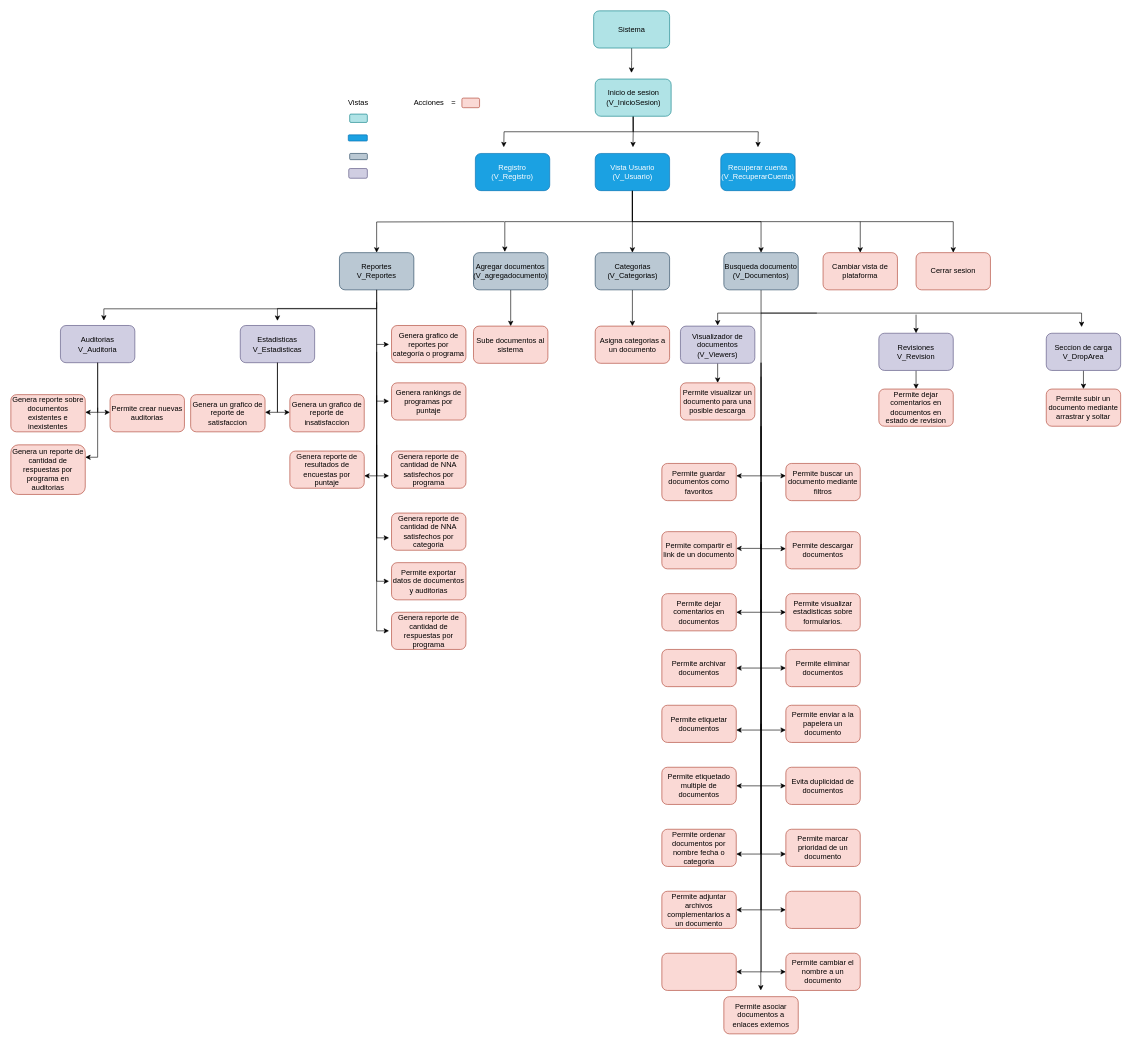
Shizars/Proyecto-ing-soft-1-y-2 keeps this draw.io diagram as INCREMENTO 2/Arbol de navegacion.drawio. Above is the earlier version. Source tidied: cells renumbered, new cells numbered last; positions are measured from the earlier drawing's top-left corner, leaving out a move shared by most shapes. Both pictures are drawn from the tidied source at 62%, with x=0, y=0 at pixel (11, 11).
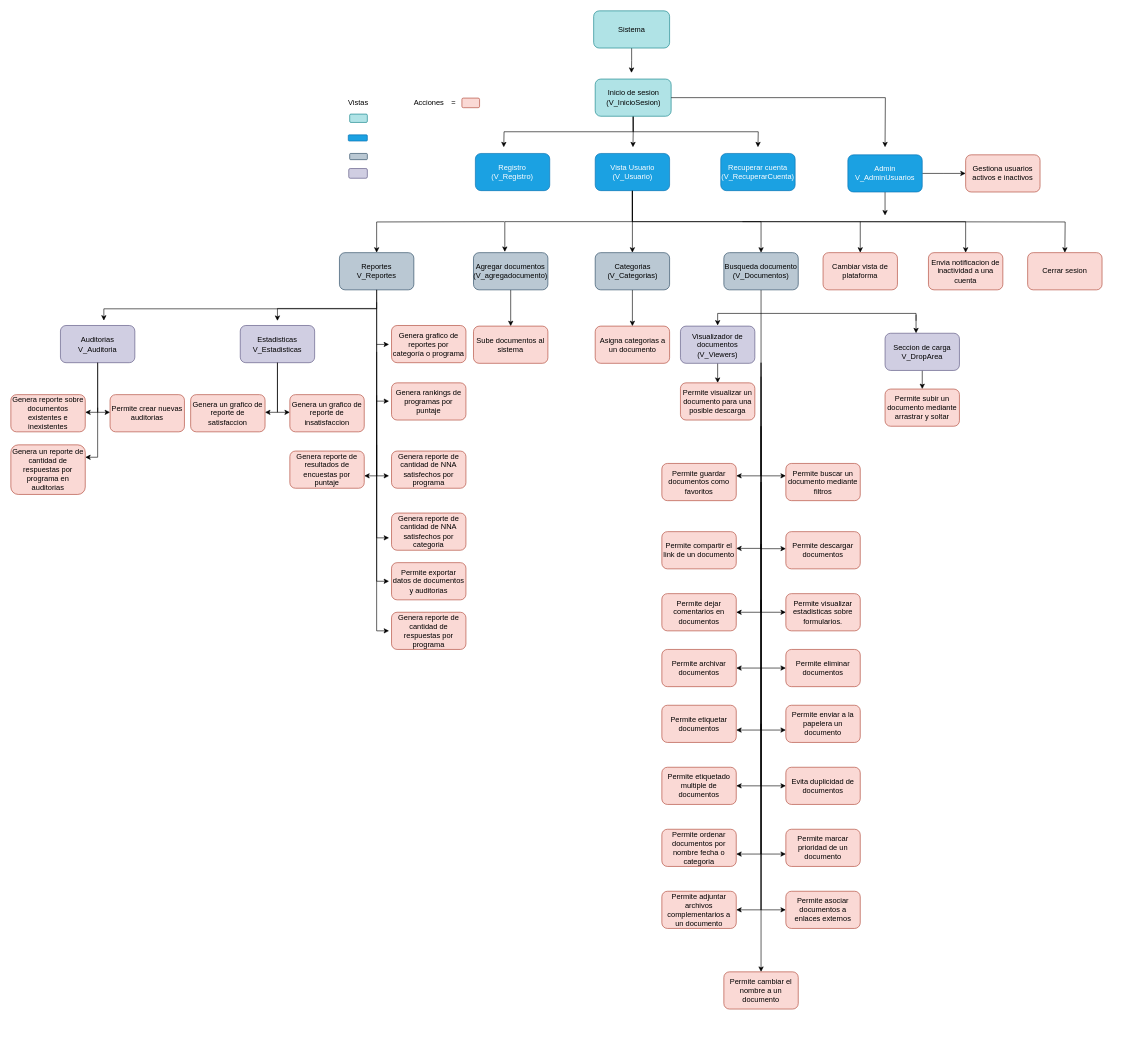
The same diagram, later.

Commit message:
Arbol de Navegacion

Cambios: Vista admin, reporte, auditoria, estadisticas y drop area con sus funciones, vista de documentos fue actualizada con sus funciones

Unchanged cells that the change refers to:
```xml
<mxCell id="5" value="Inicio de sesion (V_InicioSesion)" style="rounded=1;whiteSpace=wrap;html=1;fillColor=#b0e3e6;strokeColor=#0e8088;" parent="1" vertex="1">
  <mxGeometry x="942.5" y="110" width="122.5" height="60" as="geometry" />
</mxCell>
```

Diff of the diagram source:
```diff
@@
-    <mxCell id="19" value="Cerrar sesion" style="rounded=1;whiteSpace=wrap;html=1;fillColor=#fad9d5;strokeColor=#ae4132;" parent="1" vertex="1">
-      <mxGeometry x="1460" y="390" width="120" height="60" as="geometry" />
+    <mxCell id="19" value="Envia notificacion de inactividad a una cuenta" style="rounded=1;whiteSpace=wrap;html=1;fillColor=#fad9d5;strokeColor=#ae4132;" parent="1" vertex="1">
+      <mxGeometry x="1480" y="390" width="120" height="60" as="geometry" />
     </mxCell>
@@
-    <mxCell id="88" style="edgeStyle=orthogonalEdgeStyle;rounded=0;jettySize=auto;html=1;exitX=0.5;exitY=1;exitDx=0;exitDy=0;entryX=0.5;entryY=0;entryDx=0;entryDy=0;" parent="1" edge="1" source="89" target="94">
-      <mxGeometry relative="1" as="geometry" />
-    </mxCell>
-    <mxCell id="89" value="Revisiones&lt;div&gt;V_Revision&lt;/div&gt;" style="rounded=1;whiteSpace=wrap;html=1;fillColor=#d0cee2;strokeColor=#56517e;" parent="1" vertex="1">
-      <mxGeometry x="1400" y="520" width="120" height="60" as="geometry" />
-    </mxCell>
-    <mxCell id="90" style="edgeStyle=orthogonalEdgeStyle;rounded=0;orthogonalLoop=1;jettySize=auto;html=1;exitX=0.5;exitY=1;exitDx=0;exitDy=0;" parent="1" edge="1">
-      <mxGeometry relative="1" as="geometry">
-        <mxPoint x="1210" y="487.5" as="sourcePoint" />
-        <mxPoint x="1727" y="510" as="targetPoint" />
-        <Array as="points">
-          <mxPoint x="1727" y="488" />
-        </Array>
-      </mxGeometry>
-    </mxCell>
-    <mxCell id="91" style="edgeStyle=orthogonalEdgeStyle;rounded=0;orthogonalLoop=1;jettySize=auto;html=1;exitX=0.5;exitY=1;exitDx=0;exitDy=0;entryX=0.5;entryY=0;entryDx=0;entryDy=0;" parent="1" edge="1">
+    <mxCell id="91" style="edgeStyle=orthogonalEdgeStyle;rounded=0;orthogonalLoop=1;jettySize=auto;html=1;entryX=0.5;entryY=0;entryDx=0;entryDy=0;" parent="1" edge="1">
       <mxGeometry relative="1" as="geometry">
-        <mxPoint x="1300" y="487.5" as="sourcePoint" />
+        <mxPoint x="1460" y="500" as="sourcePoint" />
         <mxPoint x="1140" y="507.5" as="targetPoint" />
         <Array as="points">
           <mxPoint x="1140" y="488" />
         </Array>
       </mxGeometry>
     </mxCell>
@@
     <mxCell id="93" value="Seccion de carga&lt;div&gt;V_DropArea&lt;/div&gt;" style="rounded=1;whiteSpace=wrap;html=1;fillColor=#d0cee2;strokeColor=#56517e;" parent="1" vertex="1">
-      <mxGeometry x="1670" y="520" width="120" height="60" as="geometry" />
+      <mxGeometry x="1410" y="520" width="120" height="60" as="geometry" />
     </mxCell>
-    <mxCell id="94" value="Permite dejar comentarios en documentos en estado de revision" style="rounded=1;whiteSpace=wrap;html=1;fillColor=#fad9d5;strokeColor=#ae4132;" parent="1" vertex="1">
-      <mxGeometry x="1400" y="610" width="120" height="60" as="geometry" />
-    </mxCell>
@@
     <mxCell id="96" value="Permite subir un documento mediante arrastrar y soltar" style="rounded=1;whiteSpace=wrap;html=1;fillColor=#fad9d5;strokeColor=#ae4132;" parent="1" vertex="1">
-      <mxGeometry x="1670" y="610" width="120" height="60" as="geometry" />
+      <mxGeometry x="1410" y="610" width="120" height="60" as="geometry" />
     </mxCell>
@@
     <mxCell id="108" value="Permite cambiar el nombre a un documento" style="rounded=1;whiteSpace=wrap;html=1;fillColor=#fad9d5;strokeColor=#ae4132;" parent="1" vertex="1">
-      <mxGeometry x="1250" y="1520" width="120" height="60" as="geometry" />
+      <mxGeometry x="1150" y="1550" width="120" height="60" as="geometry" />
     </mxCell>
@@
     <mxCell id="110" value="Permite asociar documentos a enlaces externos" style="rounded=1;whiteSpace=wrap;html=1;fillColor=#fad9d5;strokeColor=#ae4132;" parent="1" vertex="1">
-      <mxGeometry x="1150" y="1590" width="120" height="60" as="geometry" />
+      <mxGeometry x="1250" y="1420" width="120" height="60" as="geometry" />
     </mxCell>
-    <mxCell id="111" style="rounded=1;whiteSpace=wrap;html=1;fillColor=#fad9d5;strokeColor=#ae4132;" parent="1" vertex="1">
-      <mxGeometry x="1250" y="1420" width="120" height="60" as="geometry" />
-    </mxCell>
-    <mxCell id="112" style="rounded=1;whiteSpace=wrap;html=1;fillColor=#fad9d5;strokeColor=#ae4132;" parent="1" vertex="1">
-      <mxGeometry x="1050" y="1520" width="120" height="60" as="geometry" />
-    </mxCell>
     <mxCell id="113" style="edgeStyle=orthogonalEdgeStyle;rounded=0;orthogonalLoop=1;jettySize=auto;html=1;exitX=0.5;exitY=1;exitDx=0;exitDy=0;" parent="1" edge="1">
       <mxGeometry relative="1" as="geometry">
         <mxPoint x="1210" y="1250" as="sourcePoint" />
-        <mxPoint x="1250" y="1550" as="targetPoint" />
+        <mxPoint x="1210" y="1550" as="targetPoint" />
         <Array as="points">
           <mxPoint x="1210" y="1550" />
         </Array>
       </mxGeometry>
     </mxCell>
-    <mxCell id="114" style="edgeStyle=orthogonalEdgeStyle;rounded=0;orthogonalLoop=1;jettySize=auto;html=1;exitX=0.5;exitY=1;exitDx=0;exitDy=0;" parent="1" edge="1">
-      <mxGeometry relative="1" as="geometry">
-        <mxPoint x="1210" y="1250" as="sourcePoint" />
-        <mxPoint x="1170" y="1550" as="targetPoint" />
-        <Array as="points">
-          <mxPoint x="1210" y="1550" />
-        </Array>
-      </mxGeometry>
-    </mxCell>
-    <mxCell id="115" style="endArrow=classic;html=1;rounded=0;" parent="1" edge="1">
-      <mxGeometry relative="1" as="geometry">
-        <mxPoint x="1209.6" y="1550" as="sourcePoint" />
-        <mxPoint x="1209.6" y="1580" as="targetPoint" />
-      </mxGeometry>
-    </mxCell>
+    <mxCell id="116" style="edgeStyle=orthogonalEdgeStyle;rounded=0;orthogonalLoop=1;jettySize=auto;html=1;exitX=0.5;exitY=1;exitDx=0;exitDy=0;" parent="1" edge="1">
+      <mxGeometry relative="1" as="geometry">
+        <mxPoint x="1180" y="340" as="sourcePoint" />
+        <mxPoint x="1700" y="390" as="targetPoint" />
+      </mxGeometry>
+    </mxCell>
+    <mxCell id="117" value="Cerrar sesion" style="rounded=1;whiteSpace=wrap;html=1;fillColor=#fad9d5;strokeColor=#ae4132;" parent="1" vertex="1">
+      <mxGeometry x="1640" y="390" width="120" height="60" as="geometry" />
+    </mxCell>
+    <mxCell id="118" style="edgeStyle=orthogonalEdgeStyle;rounded=0;jettySize=auto;html=1;exitX=1;exitY=0.5;exitDx=0;exitDy=0;" parent="1" edge="1" source="5">
+      <mxGeometry relative="1" as="geometry">
+        <mxPoint x="1410" y="220" as="targetPoint" />
+      </mxGeometry>
+    </mxCell>
+    <mxCell id="119" style="edgeStyle=orthogonalEdgeStyle;rounded=0;jettySize=auto;html=1;" parent="1" edge="1" source="121">
+      <mxGeometry relative="1" as="geometry">
+        <mxPoint x="1540" y="262.2" as="targetPoint" />
+      </mxGeometry>
+    </mxCell>
+    <mxCell id="120" style="edgeStyle=orthogonalEdgeStyle;rounded=0;jettySize=auto;html=1;exitX=0.5;exitY=1;exitDx=0;exitDy=0;" parent="1" edge="1" source="121">
+      <mxGeometry relative="1" as="geometry">
+        <mxPoint x="1410" y="330" as="targetPoint" />
+      </mxGeometry>
+    </mxCell>
+    <mxCell id="121" value="Admin&lt;div&gt;V_AdminUsuarios&lt;/div&gt;" style="rounded=1;whiteSpace=wrap;html=1;fillColor=#1ba1e2;fontColor=#ffffff;strokeColor=#006EAF;" parent="1" vertex="1">
+      <mxGeometry x="1350" y="232.2" width="120" height="60" as="geometry" />
+    </mxCell>
+    <mxCell id="122" value="Gestiona usuarios activos e inactivos" style="rounded=1;whiteSpace=wrap;html=1;fillColor=#fad9d5;strokeColor=#ae4132;" parent="1" vertex="1">
+      <mxGeometry x="1540" y="232.2" width="120" height="60" as="geometry" />
+    </mxCell>
```
